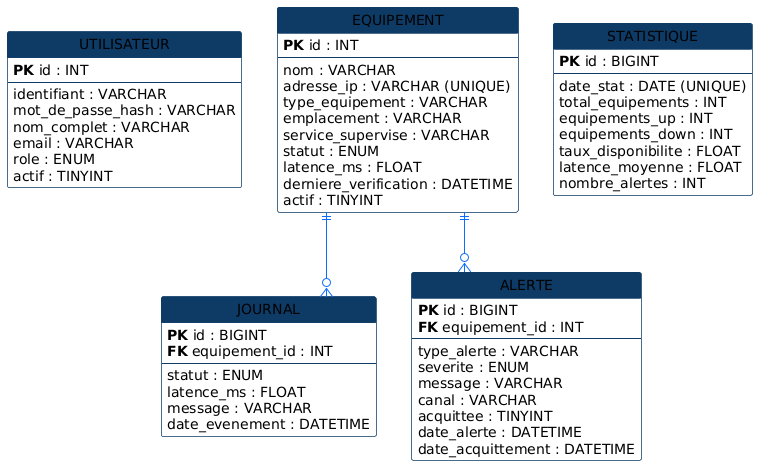
Earlier version of the PlantUML export database/mld.png (esperanceykouassi-bit/Supervision-reseau). The source it was exported from:
```plantuml
@startuml mld
skinparam backgroundColor #FFFFFF
skinparam linetype ortho
hide circle
skinparam class {
  BackgroundColor #FFFFFF
  BorderColor #0d3b66
  HeaderBackgroundColor #0d3b66
  ArrowColor #0d6efd
}

entity "UTILISATEUR" as user {
  **PK** id : INT
  --
  identifiant : VARCHAR
  mot_de_passe_hash : VARCHAR
  nom_complet : VARCHAR
  email : VARCHAR
  role : ENUM
  actif : TINYINT
}

entity "EQUIPEMENT" as equip {
  **PK** id : INT
  --
  nom : VARCHAR
  adresse_ip : VARCHAR (UNIQUE)
  type_equipement : VARCHAR
  emplacement : VARCHAR
  service_supervise : VARCHAR
  statut : ENUM
  latence_ms : FLOAT
  derniere_verification : DATETIME
  actif : TINYINT
}

entity "JOURNAL" as journal {
  **PK** id : BIGINT
  **FK** equipement_id : INT
  --
  statut : ENUM
  latence_ms : FLOAT
  message : VARCHAR
  date_evenement : DATETIME
}

entity "ALERTE" as alerte {
  **PK** id : BIGINT
  **FK** equipement_id : INT
  --
  type_alerte : VARCHAR
  severite : ENUM
  message : VARCHAR
  canal : VARCHAR
  acquittee : TINYINT
  date_alerte : DATETIME
  date_acquittement : DATETIME
}

entity "STATISTIQUE" as stat {
  **PK** id : BIGINT
  --
  date_stat : DATE (UNIQUE)
  total_equipements : INT
  equipements_up : INT
  equipements_down : INT
  taux_disponibilite : FLOAT
  latence_moyenne : FLOAT
  nombre_alertes : INT
}

equip ||--o{ journal
equip ||--o{ alerte

@enduml
```
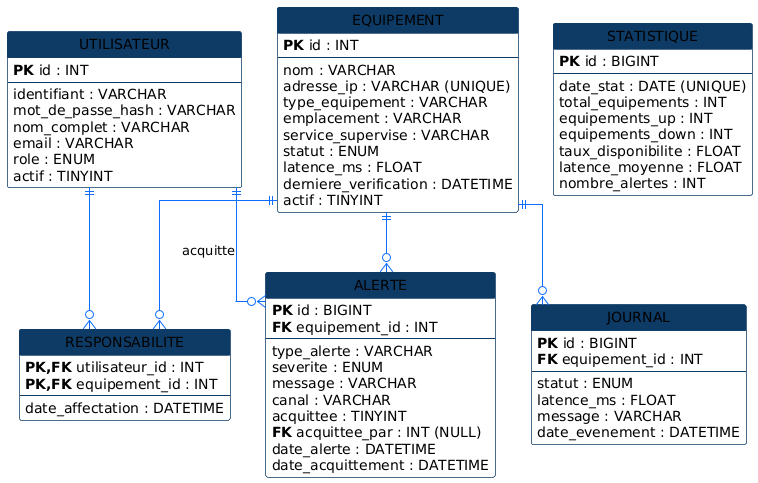
The same file after the commit.

Diff of the diagram source:
```diff
@@ -53,8 +53,16 @@
   message : VARCHAR
   canal : VARCHAR
   acquittee : TINYINT
+  **FK** acquittee_par : INT (NULL)
   date_alerte : DATETIME
   date_acquittement : DATETIME
+}
+
+entity "RESPONSABILITE" as resp {
+  **PK,FK** utilisateur_id : INT
+  **PK,FK** equipement_id : INT
+  --
+  date_affectation : DATETIME
 }
 
 entity "STATISTIQUE" as stat {
@@ -71,5 +79,8 @@
 
 equip ||--o{ journal
 equip ||--o{ alerte
+user ||--o{ alerte : "acquitte"
+user ||--o{ resp
+equip ||--o{ resp
 
 @enduml
```
